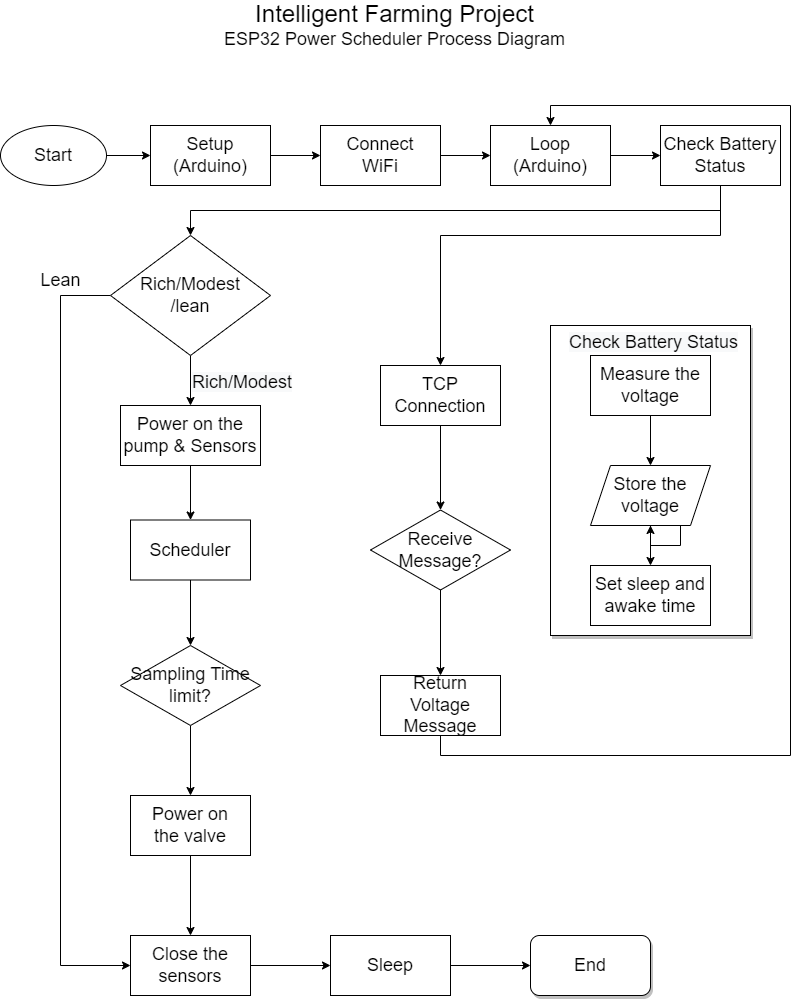
This is ESP32.drawio.png from De-Li/USV_IntelligentFarming, a draw.io export, as it was before one commit. Source tidied: cells renumbered, new cells last; positions are measured from the earlier drawing's top-left corner, leaving out a move shared by most shapes.
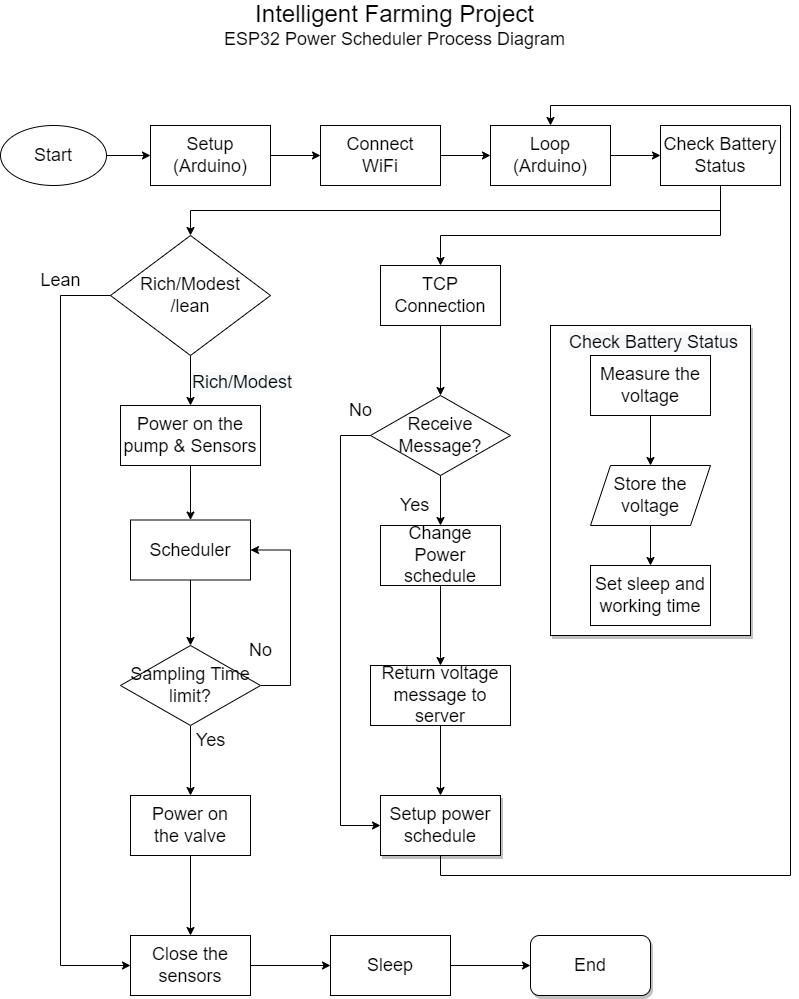
The same diagram one commit later.

What changed in the source:
```diff
@@ -60,7 +60,7 @@
     <mxCell id="17" value="Rich/Modest&lt;br&gt;/lean" style="rhombus;whiteSpace=wrap;html=1;fontSize=18;" parent="1" vertex="1">
       <mxGeometry x="110" y="230" width="160" height="120" as="geometry" />
     </mxCell>
-    <mxCell id="18" value="Set sleep and awake time" style="rounded=0;whiteSpace=wrap;html=1;fontSize=18;" parent="1" vertex="1">
+    <mxCell id="18" value="Set sleep and working time" style="rounded=0;whiteSpace=wrap;html=1;fontSize=18;" parent="1" vertex="1">
       <mxGeometry x="590" y="560" width="120" height="60" as="geometry" />
     </mxCell>
     <mxCell id="19" style="edgeStyle=orthogonalEdgeStyle;rounded=0;jettySize=auto;html=1;exitX=0.5;exitY=1;exitDx=0;exitDy=0;entryX=0.5;entryY=0;entryDx=0;entryDy=0;fontSize=18;" parent="1" edge="1" source="20" target="24">
@@ -72,6 +72,14 @@
     <mxCell id="21" style="edgeStyle=orthogonalEdgeStyle;rounded=0;jettySize=auto;html=1;exitX=0.5;exitY=1;exitDx=0;exitDy=0;entryX=0.5;entryY=0;entryDx=0;entryDy=0;fontSize=18;" parent="1" edge="1" source="22" target="38">
       <mxGeometry relative="1" as="geometry" />
     </mxCell>
+    <mxCell id="46" style="edgeStyle=orthogonalEdgeStyle;rounded=0;jettySize=auto;html=1;exitX=1;exitY=0.5;exitDx=0;exitDy=0;entryX=1;entryY=0.5;entryDx=0;entryDy=0;fontSize=18;" parent="1" edge="1" source="22" target="24">
+      <mxGeometry relative="1" as="geometry">
+        <Array as="points">
+          <mxPoint x="290" y="680" />
+          <mxPoint x="290" y="545" />
+        </Array>
+      </mxGeometry>
+    </mxCell>
     <mxCell id="22" value="Sampling Time limit?" style="rhombus;whiteSpace=wrap;html=1;fontSize=18;" parent="1" vertex="1">
       <mxGeometry x="120" y="640" width="140" height="80" as="geometry" />
     </mxCell>
@@ -109,13 +117,21 @@
       <mxGeometry relative="1" as="geometry" />
     </mxCell>
     <mxCell id="34" value="TCP Connection" style="rounded=0;whiteSpace=wrap;html=1;fontSize=18;" parent="1" vertex="1">
-      <mxGeometry x="380" y="360" width="120" height="60" as="geometry" />
+      <mxGeometry x="380" y="260" width="120" height="60" as="geometry" />
     </mxCell>
     <mxCell id="35" style="edgeStyle=orthogonalEdgeStyle;rounded=0;jettySize=auto;html=1;exitX=0.5;exitY=1;exitDx=0;exitDy=0;fontSize=18;" parent="1" edge="1" source="36" target="40">
       <mxGeometry relative="1" as="geometry" />
     </mxCell>
+    <mxCell id="47" style="edgeStyle=orthogonalEdgeStyle;rounded=0;jettySize=auto;html=1;exitX=0;exitY=0.5;exitDx=0;exitDy=0;entryX=0;entryY=0.5;entryDx=0;entryDy=0;fontSize=18;" parent="1" edge="1" source="36" target="49">
+      <mxGeometry relative="1" as="geometry">
+        <Array as="points">
+          <mxPoint x="340" y="430" />
+          <mxPoint x="340" y="820" />
+        </Array>
+      </mxGeometry>
+    </mxCell>
     <mxCell id="36" value="Receive Message?" style="rhombus;whiteSpace=wrap;html=1;fontSize=18;" parent="1" vertex="1">
-      <mxGeometry x="370" y="504.5" width="140" height="80" as="geometry" />
+      <mxGeometry x="370" y="390" width="140" height="80" as="geometry" />
     </mxCell>
     <mxCell id="37" style="edgeStyle=orthogonalEdgeStyle;rounded=0;jettySize=auto;html=1;exitX=0.5;exitY=1;exitDx=0;exitDy=0;entryX=0.5;entryY=0;entryDx=0;entryDy=0;fontSize=18;" parent="1" edge="1" source="38" target="26">
       <mxGeometry relative="1" as="geometry" />
@@ -123,18 +139,21 @@
     <mxCell id="38" value="Power on the&amp;nbsp;valve" style="rounded=0;whiteSpace=wrap;html=1;fontSize=18;" parent="1" vertex="1">
       <mxGeometry x="130" y="790" width="120" height="60" as="geometry" />
     </mxCell>
-    <mxCell id="39" style="edgeStyle=orthogonalEdgeStyle;rounded=0;jettySize=auto;html=1;exitX=0.5;exitY=1;exitDx=0;exitDy=0;entryX=0.5;entryY=0;entryDx=0;entryDy=0;fontSize=18;" parent="1" edge="1" source="40" target="11">
+    <mxCell id="39" style="edgeStyle=orthogonalEdgeStyle;rounded=0;jettySize=auto;html=1;exitX=0.5;exitY=1;exitDx=0;exitDy=0;entryX=0.5;entryY=0;entryDx=0;entryDy=0;fontSize=18;" parent="1" edge="1" source="49" target="11">
       <mxGeometry relative="1" as="geometry">
         <Array as="points">
-          <mxPoint x="440" y="750" />
-          <mxPoint x="790" y="750" />
+          <mxPoint x="440" y="870" />
+          <mxPoint x="790" y="870" />
           <mxPoint x="790" y="100" />
           <mxPoint x="550" y="100" />
         </Array>
       </mxGeometry>
     </mxCell>
+    <mxCell id="48" style="edgeStyle=orthogonalEdgeStyle;rounded=0;jettySize=auto;html=1;exitX=0.5;exitY=1;exitDx=0;exitDy=0;fontSize=18;" parent="1" edge="1" source="40" target="51">
+      <mxGeometry relative="1" as="geometry" />
+    </mxCell>
-    <mxCell id="40" value="Return Voltage Message" style="rounded=0;whiteSpace=wrap;html=1;fontSize=18;" parent="1" vertex="1">
-      <mxGeometry x="380" y="670" width="120" height="60" as="geometry" />
+    <mxCell id="40" value="Change Power schedule" style="rounded=0;whiteSpace=wrap;html=1;fontSize=18;" parent="1" vertex="1">
+      <mxGeometry x="380" y="520" width="120" height="60" as="geometry" />
     </mxCell>
     <mxCell id="41" style="edgeStyle=orthogonalEdgeStyle;rounded=0;jettySize=auto;html=1;exitX=1;exitY=0.5;exitDx=0;exitDy=0;entryX=0;entryY=0.5;entryDx=0;entryDy=0;fontSize=18;" parent="1" edge="1" source="42" target="43">
       <mxGeometry relative="1" as="geometry" />
@@ -148,8 +167,26 @@
     <mxCell id="44" value="&lt;span style=&quot;color: rgb(0, 0, 0); font-family: helvetica; font-size: 18px; font-style: normal; font-weight: 400; letter-spacing: normal; text-align: center; text-indent: 0px; text-transform: none; word-spacing: 0px; background-color: rgb(248, 249, 250); display: inline; float: none;&quot;&gt;Check Battery Status&lt;/span&gt;" style="text;whiteSpace=wrap;html=1;fontSize=18;" parent="1" vertex="1">
       <mxGeometry x="567" y="320" width="190" height="40" as="geometry" />
     </mxCell>
-    <mxCell id="45" style="edgeStyle=orthogonalEdgeStyle;rounded=0;orthogonalLoop=1;jettySize=auto;html=1;exitX=0.75;exitY=1;exitDx=0;exitDy=0;fontSize=18;" parent="1" edge="1" source="32" target="32">
-      <mxGeometry relative="1" as="geometry" />
-    </mxCell>
+    <mxCell id="49" value="Setup power schedule" style="rounded=0;whiteSpace=wrap;html=1;fontSize=18;shadow=1;" parent="1" vertex="1">
+      <mxGeometry x="380" y="790" width="120" height="60" as="geometry" />
+    </mxCell>
+    <mxCell id="50" style="edgeStyle=orthogonalEdgeStyle;rounded=0;jettySize=auto;html=1;exitX=0.5;exitY=1;exitDx=0;exitDy=0;fontSize=18;" parent="1" edge="1" source="51" target="49">
+      <mxGeometry relative="1" as="geometry" />
+    </mxCell>
+    <mxCell id="51" value="Return voltage message to server" style="rounded=0;whiteSpace=wrap;html=1;fontSize=18;" parent="1" vertex="1">
+      <mxGeometry x="370" y="660" width="140" height="60" as="geometry" />
+    </mxCell>
+    <mxCell id="52" value="Yes" style="text;html=1;align=center;verticalAlign=middle;strokeColor=none;fillColor=none;fontSize=18;" parent="1" vertex="1">
+      <mxGeometry x="394" y="484.5" width="40" height="30" as="geometry" />
+    </mxCell>
+    <mxCell id="53" value="No" style="text;html=1;align=center;verticalAlign=middle;strokeColor=none;fillColor=none;fontSize=18;" parent="1" vertex="1">
+      <mxGeometry x="240" y="630" width="40" height="30" as="geometry" />
+    </mxCell>
+    <mxCell id="54" value="Yes" style="text;html=1;align=center;verticalAlign=middle;strokeColor=none;fillColor=none;fontSize=18;" parent="1" vertex="1">
+      <mxGeometry x="190" y="720" width="40" height="30" as="geometry" />
+    </mxCell>
+    <mxCell id="55" value="No" style="text;html=1;align=center;verticalAlign=middle;strokeColor=none;fillColor=none;fontSize=18;" parent="1" vertex="1">
+      <mxGeometry x="340" y="390" width="40" height="30" as="geometry" />
+    </mxCell>
   </root>
 </mxGraphModel>
```
